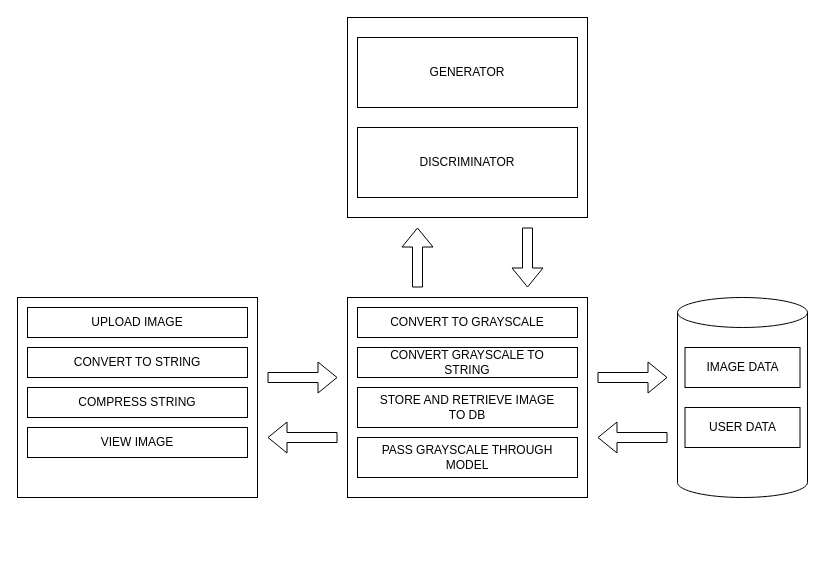
Before: ArchitectureDiagram.drawio in aditya-deo/gan-paper-2-diagrams, a draw.io diagram. Source tidied: cells renumbered, new cells numbered last; positions are measured from the earlier drawing's top-left corner, leaving out a move shared by most shapes. Both pictures are drawn from the tidied source at 100%, with x=0, y=0 at pixel (17, 17).
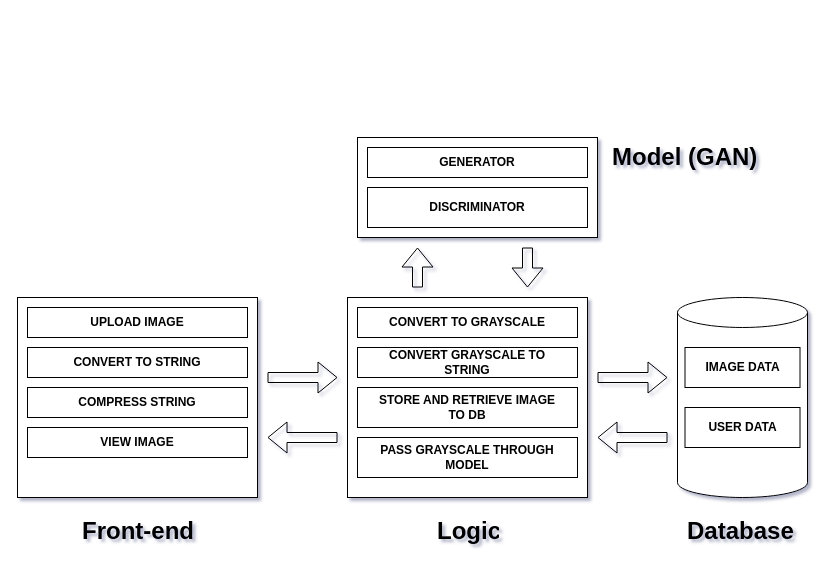
The same page after the edit.

Change to the diagram source:
```diff
@@
-<mxGraphModel>
+<mxGraphModel shadow="1">
@@
-    <mxCell id="2" style="rounded=0;whiteSpace=wrap;html=1;spacing=21;" parent="1" vertex="1">
+    <mxCell id="2" style="rounded=0;whiteSpace=wrap;html=1;spacing=21;fontFamily=Helvetica;fontStyle=1;" parent="1" vertex="1">
       <mxGeometry y="280" width="240" height="200" as="geometry" />
     </mxCell>
-    <mxCell id="3" style="rounded=0;whiteSpace=wrap;html=1;spacing=21;" parent="1" vertex="1">
+    <mxCell id="3" style="rounded=0;whiteSpace=wrap;html=1;spacing=21;fontFamily=Helvetica;fontStyle=1;" parent="1" vertex="1">
       <mxGeometry x="330" y="280" width="240" height="200" as="geometry" />
     </mxCell>
-    <mxCell id="4" style="rounded=0;whiteSpace=wrap;html=1;spacing=21;" parent="1" vertex="1">
-      <mxGeometry x="330" width="240" height="200" as="geometry" />
+    <mxCell id="4" style="rounded=0;whiteSpace=wrap;html=1;spacing=21;fontFamily=Helvetica;fontStyle=1;" parent="1" vertex="1">
+      <mxGeometry x="340" y="120" width="240" height="100" as="geometry" />
     </mxCell>
-    <mxCell id="5" style="shape=cylinder3;whiteSpace=wrap;html=1;boundedLbl=1;backgroundOutline=1;size=15;spacing=21;" parent="1" vertex="1">
+    <mxCell id="5" style="shape=cylinder3;whiteSpace=wrap;html=1;boundedLbl=1;backgroundOutline=1;size=15;spacing=21;fontFamily=Helvetica;fontStyle=1;" parent="1" vertex="1">
       <mxGeometry x="660" y="280" width="130" height="200" as="geometry" />
     </mxCell>
-    <mxCell id="6" style="shape=flexArrow;endArrow=classic;html=1;rounded=0;spacing=21;" parent="1" edge="1">
+    <mxCell id="6" style="shape=flexArrow;endArrow=classic;html=1;rounded=0;spacing=21;fontFamily=Helvetica;fontStyle=1;" parent="1" edge="1">
       <mxGeometry relative="1" as="geometry">
         <mxPoint x="250" y="360" as="sourcePoint" />
         <mxPoint x="320" y="360" as="targetPoint" />
       </mxGeometry>
     </mxCell>
-    <mxCell id="7" style="shape=flexArrow;endArrow=classic;html=1;rounded=0;spacing=21;" parent="1" edge="1">
+    <mxCell id="7" style="shape=flexArrow;endArrow=classic;html=1;rounded=0;spacing=21;fontFamily=Helvetica;fontStyle=1;" parent="1" edge="1">
       <mxGeometry relative="1" as="geometry">
         <mxPoint x="580" y="360" as="sourcePoint" />
         <mxPoint x="650" y="360" as="targetPoint" />
       </mxGeometry>
     </mxCell>
-    <mxCell id="8" style="shape=flexArrow;endArrow=classic;html=1;rounded=0;spacing=21;" parent="1" edge="1">
+    <mxCell id="8" style="shape=flexArrow;endArrow=classic;html=1;rounded=0;spacing=21;fontFamily=Helvetica;fontStyle=1;" parent="1" edge="1">
       <mxGeometry relative="1" as="geometry">
         <mxPoint x="320" y="420" as="sourcePoint" />
         <mxPoint x="250" y="420" as="targetPoint" />
       </mxGeometry>
     </mxCell>
-    <mxCell id="9" style="shape=flexArrow;endArrow=classic;html=1;rounded=0;spacing=21;" parent="1" edge="1">
+    <mxCell id="9" style="shape=flexArrow;endArrow=classic;html=1;rounded=0;spacing=21;fontFamily=Helvetica;fontStyle=1;" parent="1" edge="1">
       <mxGeometry relative="1" as="geometry">
         <mxPoint x="650" y="420" as="sourcePoint" />
         <mxPoint x="580" y="420" as="targetPoint" />
       </mxGeometry>
     </mxCell>
-    <mxCell id="10" style="shape=flexArrow;endArrow=classic;html=1;rounded=0;spacing=21;" parent="1" edge="1">
+    <mxCell id="10" style="shape=flexArrow;endArrow=classic;html=1;rounded=0;spacing=21;fontFamily=Helvetica;fontStyle=1;" parent="1" edge="1">
       <mxGeometry relative="1" as="geometry">
         <mxPoint x="400" y="270" as="sourcePoint" />
-        <mxPoint x="400" y="210" as="targetPoint" />
+        <mxPoint x="400" y="230" as="targetPoint" />
       </mxGeometry>
     </mxCell>
-    <mxCell id="11" style="shape=flexArrow;endArrow=classic;html=1;rounded=0;spacing=21;" parent="1" edge="1">
+    <mxCell id="11" style="shape=flexArrow;endArrow=classic;html=1;rounded=0;spacing=21;fontFamily=Helvetica;fontStyle=1;" parent="1" edge="1">
       <mxGeometry relative="1" as="geometry">
-        <mxPoint x="510" y="210" as="sourcePoint" />
+        <mxPoint x="510" y="230" as="sourcePoint" />
         <mxPoint x="510" y="270" as="targetPoint" />
       </mxGeometry>
     </mxCell>
-    <mxCell id="12" value="UPLOAD IMAGE" style="rounded=0;whiteSpace=wrap;html=1;spacing=21;" parent="1" vertex="1">
+    <mxCell id="12" value="UPLOAD IMAGE" style="rounded=0;whiteSpace=wrap;html=1;spacing=21;fontFamily=Helvetica;fontStyle=1;" parent="1" vertex="1">
       <mxGeometry x="10" y="290" width="220" height="30" as="geometry" />
     </mxCell>
-    <mxCell id="13" value="CONVERT TO STRING" style="rounded=0;whiteSpace=wrap;html=1;spacing=21;" parent="1" vertex="1">
+    <mxCell id="13" value="CONVERT TO STRING" style="rounded=0;whiteSpace=wrap;html=1;spacing=21;fontFamily=Helvetica;fontStyle=1;" parent="1" vertex="1">
       <mxGeometry x="10" y="330" width="220" height="30" as="geometry" />
     </mxCell>
-    <mxCell id="14" value="COMPRESS STRING" style="rounded=0;whiteSpace=wrap;html=1;spacing=21;" parent="1" vertex="1">
+    <mxCell id="14" value="COMPRESS STRING" style="rounded=0;whiteSpace=wrap;html=1;spacing=21;fontFamily=Helvetica;fontStyle=1;" parent="1" vertex="1">
       <mxGeometry x="10" y="370" width="220" height="30" as="geometry" />
     </mxCell>
-    <mxCell id="15" value="VIEW IMAGE" style="rounded=0;whiteSpace=wrap;html=1;spacing=21;" parent="1" vertex="1">
+    <mxCell id="15" value="VIEW IMAGE" style="rounded=0;whiteSpace=wrap;html=1;spacing=21;fontFamily=Helvetica;fontStyle=1;" parent="1" vertex="1">
       <mxGeometry x="10" y="410" width="220" height="30" as="geometry" />
     </mxCell>
-    <mxCell id="16" value="CONVERT TO GRAYSCALE" style="rounded=0;whiteSpace=wrap;html=1;spacing=21;" parent="1" vertex="1">
+    <mxCell id="16" value="CONVERT TO GRAYSCALE" style="rounded=0;whiteSpace=wrap;html=1;spacing=21;fontFamily=Helvetica;fontStyle=1;" parent="1" vertex="1">
       <mxGeometry x="340" y="290" width="220" height="30" as="geometry" />
     </mxCell>
-    <mxCell id="17" value="STORE AND RETRIEVE IMAGE TO DB" style="rounded=0;whiteSpace=wrap;html=1;spacing=21;" parent="1" vertex="1">
+    <mxCell id="17" value="STORE AND RETRIEVE IMAGE TO DB" style="rounded=0;whiteSpace=wrap;html=1;spacing=21;fontFamily=Helvetica;fontStyle=1;" parent="1" vertex="1">
       <mxGeometry x="340" y="370" width="220" height="40" as="geometry" />
     </mxCell>
-    <mxCell id="18" value="CONVERT GRAYSCALE TO STRING" style="rounded=0;whiteSpace=wrap;html=1;spacing=21;" parent="1" vertex="1">
+    <mxCell id="18" value="CONVERT GRAYSCALE TO STRING" style="rounded=0;whiteSpace=wrap;html=1;spacing=21;fontFamily=Helvetica;fontStyle=1;" parent="1" vertex="1">
       <mxGeometry x="340" y="330" width="220" height="30" as="geometry" />
     </mxCell>
-    <mxCell id="19" value="PASS GRAYSCALE THROUGH MODEL" style="rounded=0;whiteSpace=wrap;html=1;spacing=21;" parent="1" vertex="1">
+    <mxCell id="19" value="PASS GRAYSCALE THROUGH MODEL" style="rounded=0;whiteSpace=wrap;html=1;spacing=21;fontFamily=Helvetica;fontStyle=1;" parent="1" vertex="1">
       <mxGeometry x="340" y="420" width="220" height="40" as="geometry" />
     </mxCell>
-    <mxCell id="20" value="IMAGE DATA" style="rounded=0;whiteSpace=wrap;html=1;" parent="1" vertex="1">
+    <mxCell id="20" value="IMAGE DATA" style="rounded=0;whiteSpace=wrap;html=1;fontFamily=Helvetica;fontStyle=1;" parent="1" vertex="1">
       <mxGeometry x="667.5" y="330" width="115" height="40" as="geometry" />
     </mxCell>
-    <mxCell id="21" value="USER DATA" style="rounded=0;whiteSpace=wrap;html=1;" parent="1" vertex="1">
+    <mxCell id="21" value="USER DATA" style="rounded=0;whiteSpace=wrap;html=1;fontFamily=Helvetica;fontStyle=1;" parent="1" vertex="1">
       <mxGeometry x="667.5" y="390" width="115" height="40" as="geometry" />
     </mxCell>
-    <mxCell id="22" value="GENERATOR" style="rounded=0;whiteSpace=wrap;html=1;" parent="1" vertex="1">
-      <mxGeometry x="340" y="20" width="220" height="70" as="geometry" />
+    <mxCell id="22" value="GENERATOR" style="rounded=0;whiteSpace=wrap;html=1;fontFamily=Helvetica;fontStyle=1;" parent="1" vertex="1">
+      <mxGeometry x="350" y="130" width="220" height="30" as="geometry" />
     </mxCell>
-    <mxCell id="23" value="DISCRIMINATOR" style="rounded=0;whiteSpace=wrap;html=1;" parent="1" vertex="1">
-      <mxGeometry x="340" y="110" width="220" height="70" as="geometry" />
+    <mxCell id="23" value="DISCRIMINATOR" style="rounded=0;whiteSpace=wrap;html=1;fontFamily=Helvetica;fontStyle=1;" parent="1" vertex="1">
+      <mxGeometry x="350" y="170" width="220" height="40" as="geometry" />
     </mxCell>
+    <mxCell id="24" value="&lt;h1&gt;Front-end&lt;/h1&gt;" style="text;html=1;strokeColor=none;fillColor=none;spacing=5;spacingTop=-20;whiteSpace=wrap;overflow=hidden;rounded=0;fontFamily=Helvetica;fontStyle=1;" parent="1" vertex="1">
+      <mxGeometry x="60" y="494" width="120" height="40" as="geometry" />
+    </mxCell>
+    <mxCell id="25" value="&lt;h1&gt;Logic&lt;/h1&gt;" style="text;html=1;strokeColor=none;fillColor=none;spacing=5;spacingTop=-20;whiteSpace=wrap;overflow=hidden;rounded=0;fontFamily=Helvetica;fontStyle=1;" parent="1" vertex="1">
+      <mxGeometry x="415" y="494" width="70" height="40" as="geometry" />
+    </mxCell>
+    <mxCell id="26" value="&lt;h1&gt;Database&lt;/h1&gt;" style="text;html=1;strokeColor=none;fillColor=none;spacing=5;spacingTop=-20;whiteSpace=wrap;overflow=hidden;rounded=0;fontFamily=Helvetica;fontStyle=1;" parent="1" vertex="1">
+      <mxGeometry x="665" y="494" width="120" height="40" as="geometry" />
+    </mxCell>
+    <mxCell id="27" value="&lt;h1&gt;Model (GAN)&lt;/h1&gt;" style="text;html=1;strokeColor=none;fillColor=none;spacing=5;spacingTop=-20;whiteSpace=wrap;overflow=hidden;rounded=0;fontFamily=Helvetica;fontStyle=1;" parent="1" vertex="1">
+      <mxGeometry x="590" y="120" width="165" height="40" as="geometry" />
+    </mxCell>
```
